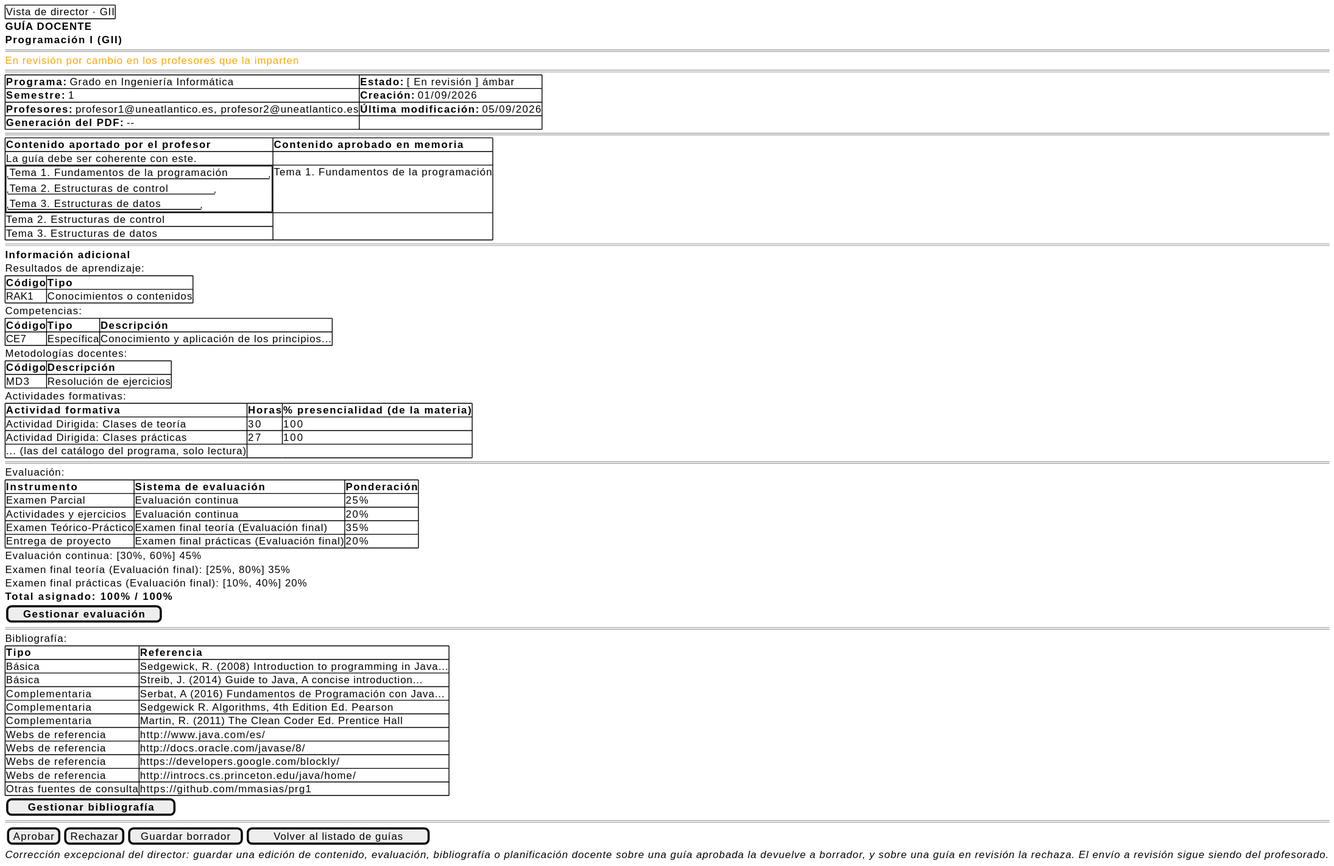
mmasias/pyCeldaPublico keeps this PlantUML diagram as images/RUP/01-requisitos/03-detalle-casos-uso/abrirGuia/wireframe-revision.svg. Above is the earlier version. The source it was exported from:
```plantuml
@startsalt abrirGuia-wireframe-revision
{
    {+ Vista de director · GII }
    <b>GUÍA DOCENTE</b>
    <b>Programación I (GII)</b>
    ====
    <color:orange>En revisión por cambio en los profesores que la imparten</color>
    ====
    {#
        <b>Programa:</b> Grado en Ingeniería Informática | <b>Estado:</b> [ En revisión ] ámbar
        <b>Semestre:</b> 1 | <b>Creación:</b> 01/09/2026
        <b>Profesores:</b> profesor1@uneatlantico.es, profesor2@uneatlantico.es | <b>Última modificación:</b> 05/09/2026
         | <b>Generación del PDF:</b> --
    }
    ====
    {#
        <b>Contenido aportado por el profesor</b> | <b>Contenido aprobado en memoria</b>
         | La guía debe ser coherente con este.
        {+
            "Tema 1. Fundamentos de la programación"
            "Tema 2. Estructuras de control"
            "Tema 3. Estructuras de datos"
        } | Tema 1. Fundamentos de la programación
        Tema 2. Estructuras de control
        Tema 3. Estructuras de datos
    }
    ====
    <b>Información adicional</b>
    Resultados de aprendizaje:
    {#
        <b>Código | <b>Tipo
        RAK1 | Conocimientos o contenidos
    }
    Competencias:
    {#
        <b>Código | <b>Tipo | <b>Descripción
        CE7 | Específica | Conocimiento y aplicación de los principios...
    }
    Metodologías docentes:
    {#
        <b>Código | <b>Descripción
        MD3 | Resolución de ejercicios
    }
    Actividades formativas:
    {#
        <b>Actividad formativa | <b>Horas | <b>% presencialidad (de la materia)
        Actividad Dirigida: Clases de teoría | 30 | 100
        Actividad Dirigida: Clases prácticas | 27 | 100
        ... (las del catálogo del programa, solo lectura) | |
    }
    ====
    Evaluación:
    {#
        <b>Instrumento | <b>Sistema de evaluación | <b>Ponderación
        Examen Parcial | Evaluación continua | 25%
        Actividades y ejercicios | Evaluación continua | 20%
        Examen Teórico-Práctico | Examen final teoría (Evaluación final) | 35%
        Entrega de proyecto | Examen final prácticas (Evaluación final) | 20%
    }
    Evaluación continua: [30%, 60%] 45%
    Examen final teoría (Evaluación final): [25%, 80%] 35%
    Examen final prácticas (Evaluación final): [10%, 40%] 20%
    <b>Total asignado: 100% / 100%</b>
    [ <b>Gestionar evaluación</b> ]
    ====
    Bibliografía:
    {#
        <b>Tipo | <b>Referencia
        Básica | Sedgewick, R. (2008) Introduction to programming in Java...
        Básica | Streib, J. (2014) Guide to Java, A concise introduction...
        Complementaria | Serbat, A (2016) Fundamentos de Programación con Java...
        Complementaria | Sedgewick R. Algorithms, 4th Edition Ed. Pearson
        Complementaria | Martin, R. (2011) The Clean Coder Ed. Prentice Hall
        Webs de referencia | http://www.java.com/es/
        Webs de referencia | http://docs.oracle.com/javase/8/
        Webs de referencia | https://developers.google.com/blockly/
        Webs de referencia | http://introcs.cs.princeton.edu/java/home/
        Otras fuentes de consulta | https://github.com/mmasias/prg1
    }
    [ <b>Gestionar bibliografía</b> ]
    ====
    {[Aprobar] | [Rechazar] | [Guardar borrador] | [Volver al listado de guías]}
    <i>Corrección excepcional del director: guardar una edición de contenido, evaluación, bibliografía o planificación docente sobre una guía aprobada la devuelve a borrador, y sobre una guía en revisión la rechaza. El envío a revisión sigue siendo del profesorado.</i>
}
@endsalt
```
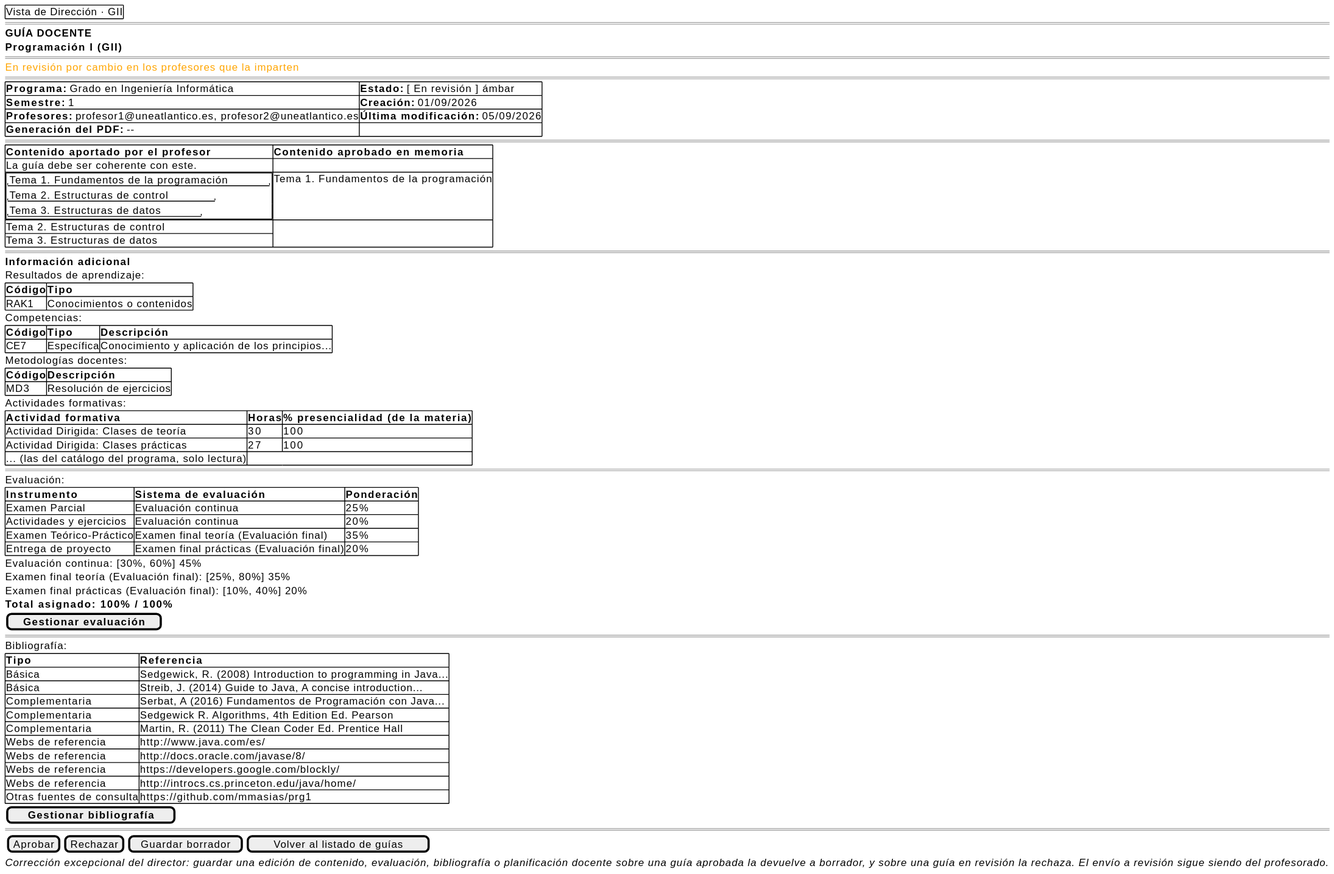
After the commit.

Commit message:
docs: sincroniza el subconjunto público con pyCelda bf6f423b (etiqueta de vista en la barra de modo, v0.11.57)

Diff of the diagram source:
```diff
@@ -1,6 +1,7 @@
 @startsalt abrirGuia-wireframe-revision
 {
-    {+ Vista de director · GII }
+    {+ Vista de Dirección · GII }
+    ====
     <b>GUÍA DOCENTE</b>
     <b>Programación I (GII)</b>
     ====
```
